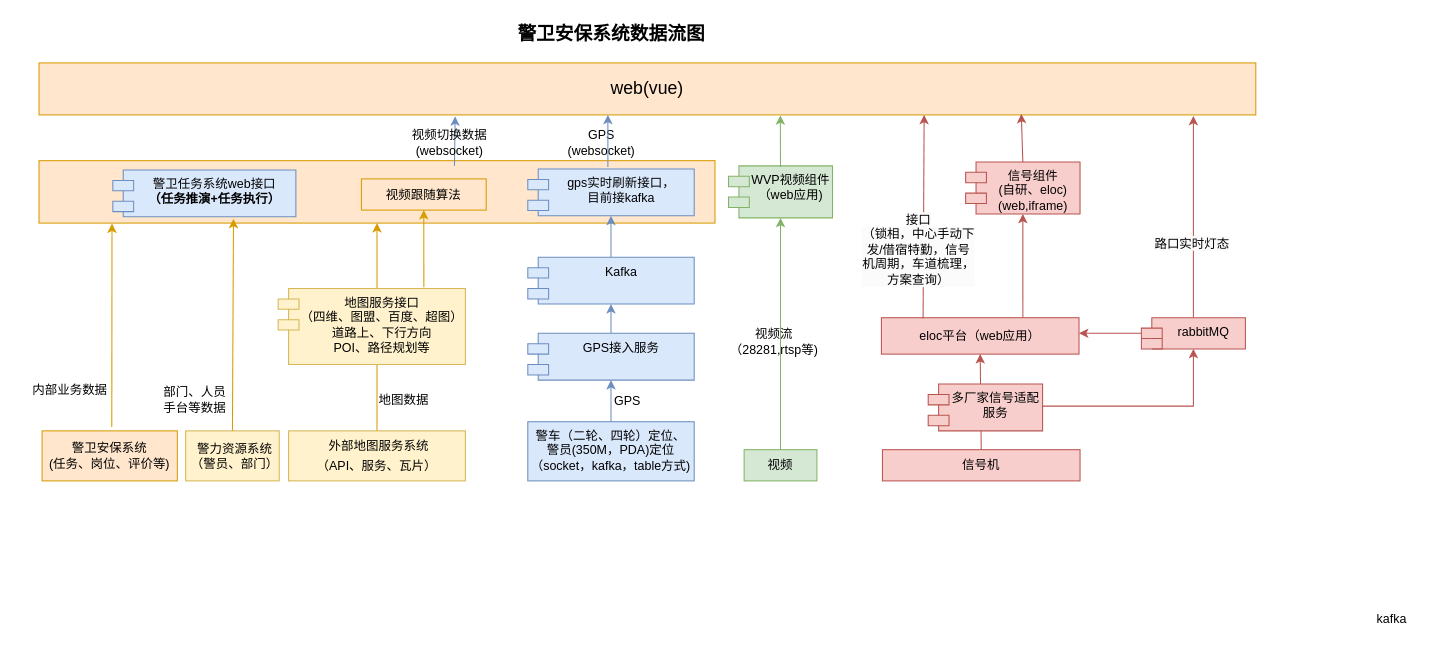
bj-ehualu/drawio keeps this draw.io diagram as page "重大安保" (11 of 11) of 应用基线产品架构.drawio. Above is the earlier version. Source tidied: cells renumbered, new cells numbered last; positions are measured from the earlier drawing's top-left corner, leaving out a move shared by most shapes. Both pictures are drawn from the tidied source at 104%, with x=0, y=0 at pixel (18, 18).
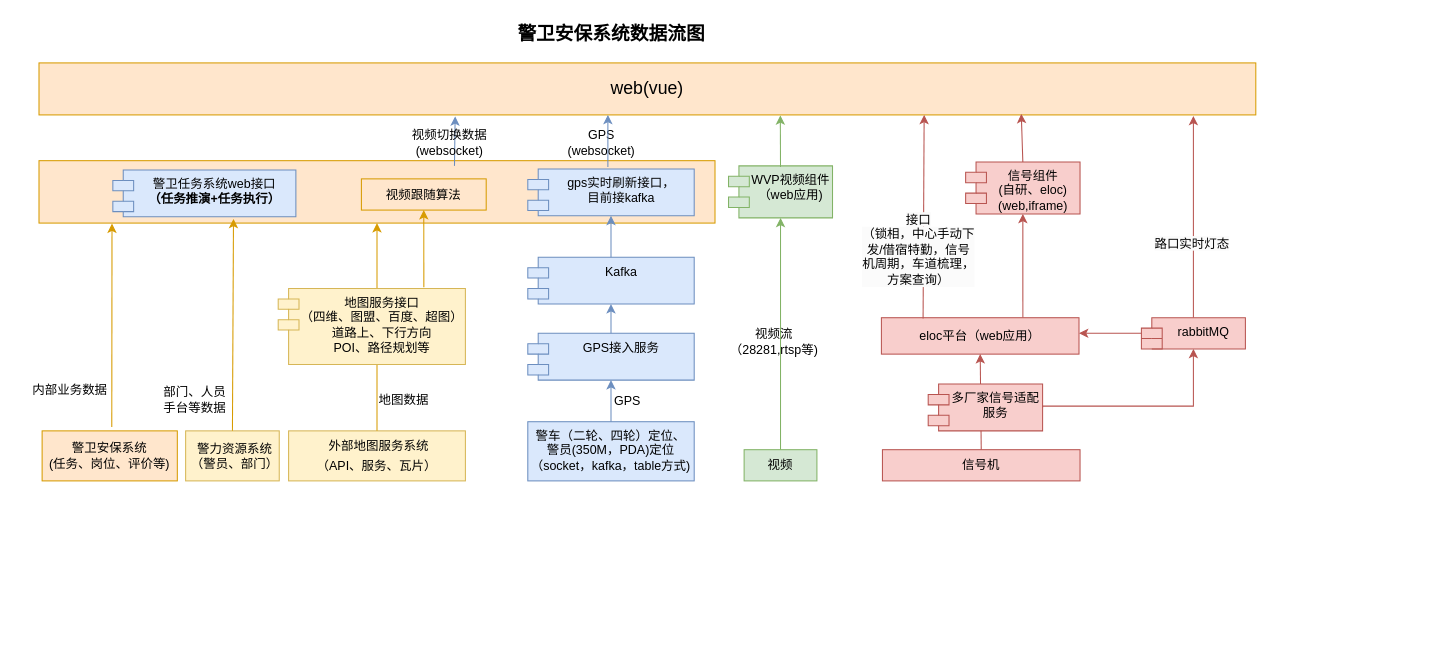
The same page after the edit.

Commit message:
更新应用基线产品架构.drawio

The edit, as a diff of the source:
```diff
@@
-    <mxCell id="16" value="kafka" style="text;html=1;align=center;verticalAlign=middle;whiteSpace=wrap;rounded=0;" parent="1" vertex="1">
-      <mxGeometry x="1291" y="563" width="60" height="30" as="geometry" />
-    </mxCell>
```
